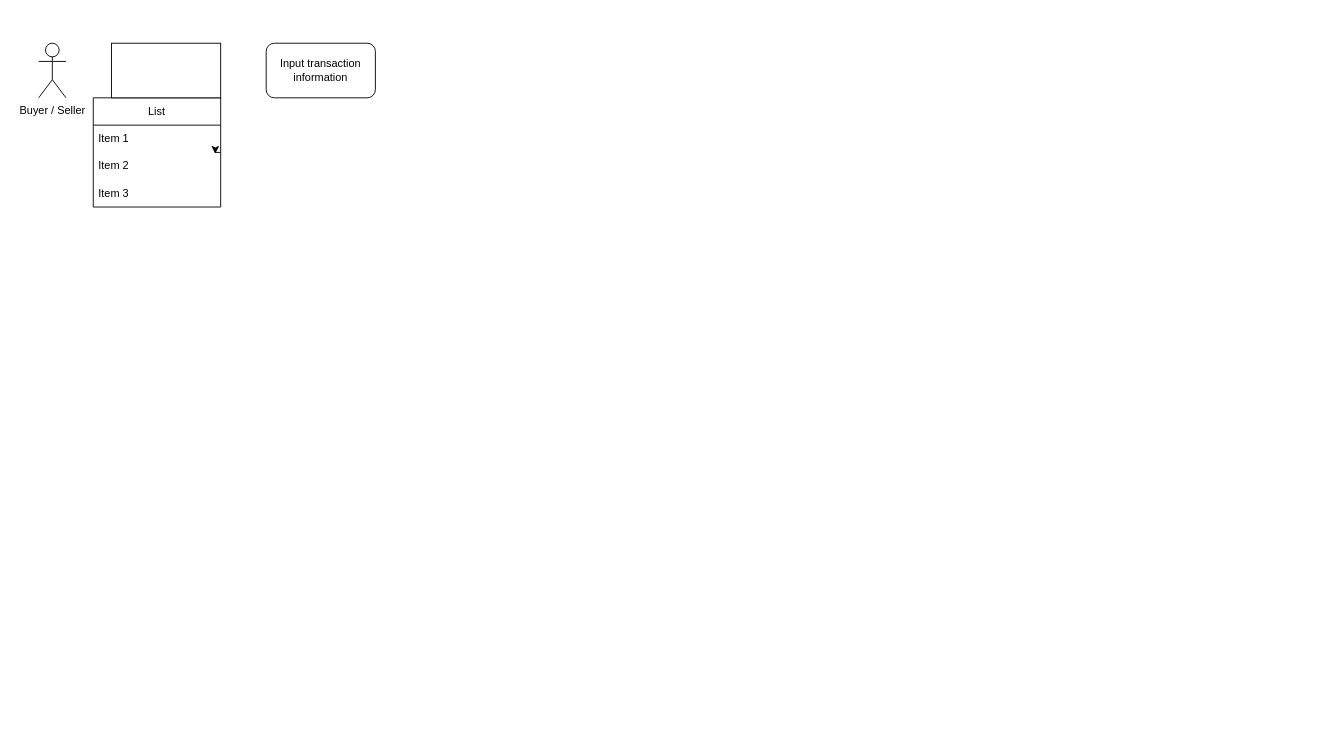
Earlier version of the draw.io diagram judgepay.drawio (LeonardoRick/app-judgepay). Source tidied: cells renumbered, new cells numbered last; positions are measured from the earlier drawing's top-left corner, leaving out a move shared by most shapes. Both pictures are drawn from the tidied source at 91%, with x=0, y=0 at pixel (38, 43).
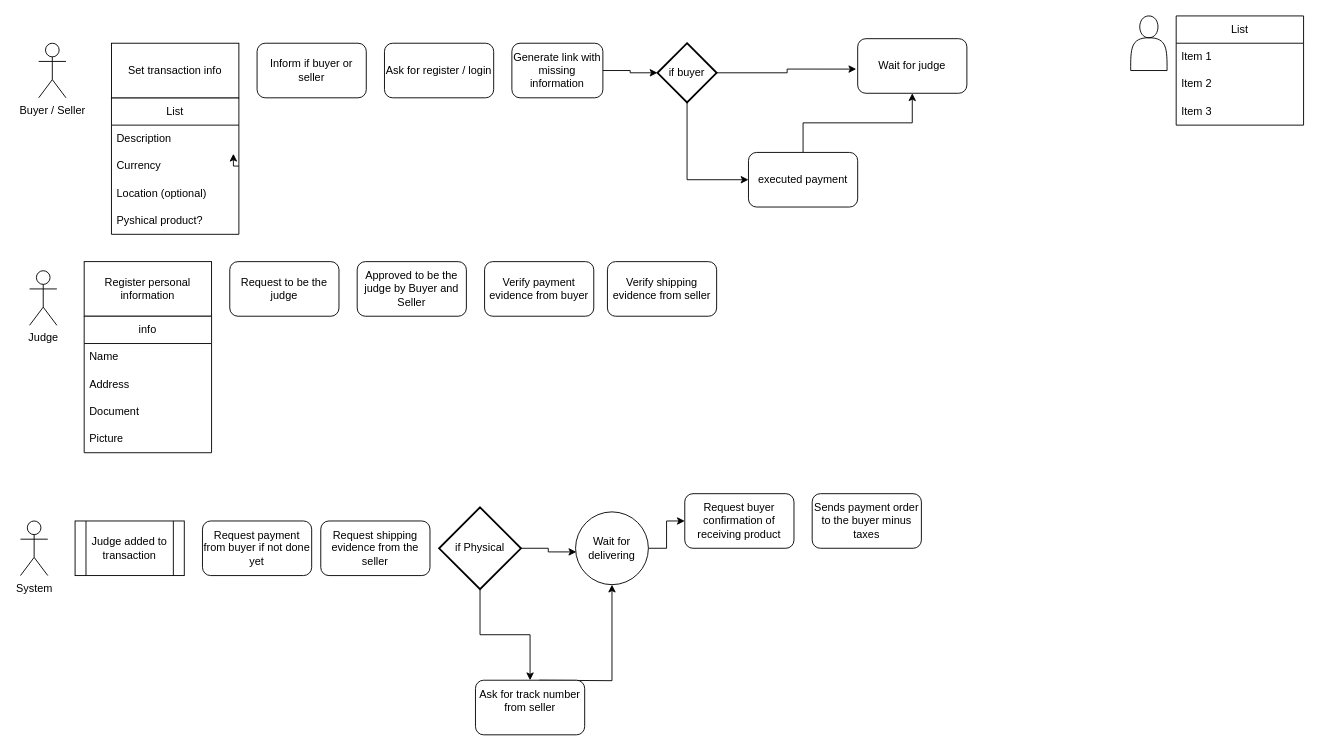
Above is the later version.

The edit, as a diff of the source:
```diff
@@
-    <mxCell id="3" value="Input transaction information" style="rounded=1;whiteSpace=wrap;html=1;" parent="1" vertex="1">
-      <mxGeometry x="250" width="120" height="60" as="geometry" />
+    <mxCell id="3" value="Inform if buyer or seller" style="rounded=1;whiteSpace=wrap;html=1;" parent="1" vertex="1">
+      <mxGeometry x="240" width="120" height="60" as="geometry" />
     </mxCell>
     <mxCell id="4" value="List" style="swimlane;fontStyle=0;horizontal=1;startSize=30;whiteSpace=wrap;html=1;" parent="1" vertex="1">
-      <mxGeometry x="60" y="60" width="140" height="120" as="geometry" />
+      <mxGeometry x="80" y="60" width="140" height="150" as="geometry" />
     </mxCell>
-    <mxCell id="5" value="Item 1" style="text;strokeColor=none;fillColor=none;align=left;verticalAlign=middle;spacingLeft=4;spacingRight=4;overflow=hidden;whiteSpace=wrap;html=1;" parent="4" vertex="1">
+    <mxCell id="5" value="Description" style="text;strokeColor=none;fillColor=none;align=left;verticalAlign=middle;spacingLeft=4;spacingRight=4;overflow=hidden;whiteSpace=wrap;html=1;" parent="4" vertex="1">
       <mxGeometry y="30" width="140" height="30" as="geometry" />
     </mxCell>
-    <mxCell id="6" value="Item 2" style="text;strokeColor=none;fillColor=none;align=left;verticalAlign=middle;spacingLeft=4;spacingRight=4;overflow=hidden;points=[[0,0.5],[1,0.5]];portConstraint=eastwest;whiteSpace=wrap;html=1;" parent="4" vertex="1">
+    <mxCell id="6" value="Currency" style="text;strokeColor=none;fillColor=none;align=left;verticalAlign=middle;spacingLeft=4;spacingRight=4;overflow=hidden;points=[[0,0.5],[1,0.5]];portConstraint=eastwest;whiteSpace=wrap;html=1;" parent="4" vertex="1">
       <mxGeometry y="60" width="140" height="30" as="geometry" />
     </mxCell>
-    <mxCell id="7" value="Item 3" style="text;strokeColor=none;fillColor=none;align=left;verticalAlign=middle;spacingLeft=4;spacingRight=4;overflow=hidden;whiteSpace=wrap;html=1;" parent="4" vertex="1">
+    <mxCell id="7" value="Location (optional)" style="text;strokeColor=none;fillColor=none;align=left;verticalAlign=middle;spacingLeft=4;spacingRight=4;overflow=hidden;whiteSpace=wrap;html=1;" parent="4" vertex="1">
       <mxGeometry y="90" width="140" height="30" as="geometry" />
     </mxCell>
+    <mxCell id="10" value="Pyshical product?" style="text;strokeColor=none;fillColor=none;align=left;verticalAlign=middle;spacingLeft=4;spacingRight=4;overflow=hidden;whiteSpace=wrap;html=1;" parent="4" vertex="1">
+      <mxGeometry y="120" width="140" height="30" as="geometry" />
+    </mxCell>
@@
-    <mxCell id="9" style="rounded=0;whiteSpace=wrap;html=1;" parent="1" vertex="1">
-      <mxGeometry x="80" width="120" height="60" as="geometry" />
+    <mxCell id="9" value="Set transaction info" style="rounded=0;whiteSpace=wrap;html=1;" parent="1" vertex="1">
+      <mxGeometry x="80" width="140" height="60" as="geometry" />
     </mxCell>
+    <mxCell id="11" style="edgeStyle=orthogonalEdgeStyle;rounded=0;jettySize=auto;html=1;exitX=1;exitY=0.5;exitDx=0;exitDy=0;" parent="1" edge="1" source="12" target="26">
+      <mxGeometry relative="1" as="geometry" />
+    </mxCell>
+    <mxCell id="12" value="Generate link with missing information" style="rounded=1;whiteSpace=wrap;html=1;" parent="1" vertex="1">
+      <mxGeometry x="520" width="100" height="60" as="geometry" />
+    </mxCell>
+    <mxCell id="13" value="Judge&lt;div&gt;&lt;br&gt;&lt;/div&gt;" style="shape=umlActor;verticalLabelPosition=bottom;verticalAlign=top;html=1;" parent="1" vertex="1">
+      <mxGeometry x="-10" y="250" width="30" height="60" as="geometry" />
+    </mxCell>
+    <mxCell id="14" value="Request to be the judge" style="rounded=1;whiteSpace=wrap;html=1;" parent="1" vertex="1">
+      <mxGeometry x="210" y="240" width="120" height="60" as="geometry" />
+    </mxCell>
+    <mxCell id="15" value="Ask for register / login" style="rounded=1;whiteSpace=wrap;html=1;" parent="1" vertex="1">
+      <mxGeometry x="380" width="120" height="60" as="geometry" />
+    </mxCell>
+    <mxCell id="16" value="Approved to be the judge by Buyer and Seller" style="rounded=1;whiteSpace=wrap;html=1;" parent="1" vertex="1">
+      <mxGeometry x="350" y="240" width="120" height="60" as="geometry" />
+    </mxCell>
+    <mxCell id="17" value="Register personal information" style="rounded=0;whiteSpace=wrap;html=1;" parent="1" vertex="1">
+      <mxGeometry x="50" y="240" width="140" height="60" as="geometry" />
+    </mxCell>
+    <mxCell id="18" value="info" style="swimlane;fontStyle=0;horizontal=1;startSize=30;whiteSpace=wrap;html=1;" parent="1" vertex="1">
+      <mxGeometry x="50" y="300" width="140" height="150" as="geometry" />
+    </mxCell>
+    <mxCell id="19" value="Name" style="text;strokeColor=none;fillColor=none;align=left;verticalAlign=middle;spacingLeft=4;spacingRight=4;overflow=hidden;whiteSpace=wrap;html=1;" parent="18" vertex="1">
+      <mxGeometry y="30" width="140" height="30" as="geometry" />
+    </mxCell>
+    <mxCell id="20" value="Address" style="text;strokeColor=none;fillColor=none;align=left;verticalAlign=middle;spacingLeft=4;spacingRight=4;overflow=hidden;whiteSpace=wrap;html=1;" parent="18" vertex="1">
+      <mxGeometry y="60" width="140" height="30" as="geometry" />
+    </mxCell>
+    <mxCell id="21" value="Document" style="text;strokeColor=none;fillColor=none;align=left;verticalAlign=middle;spacingLeft=4;spacingRight=4;overflow=hidden;whiteSpace=wrap;html=1;" parent="18" vertex="1">
+      <mxGeometry y="90" width="140" height="30" as="geometry" />
+    </mxCell>
+    <mxCell id="22" value="Picture" style="text;strokeColor=none;fillColor=none;align=left;verticalAlign=middle;spacingLeft=4;spacingRight=4;overflow=hidden;whiteSpace=wrap;html=1;" parent="18" vertex="1">
+      <mxGeometry y="120" width="140" height="30" as="geometry" />
+    </mxCell>
+    <mxCell id="23" value="System" style="shape=umlActor;verticalLabelPosition=bottom;verticalAlign=top;html=1;" parent="1" vertex="1">
+      <mxGeometry x="-20" y="525" width="30" height="60" as="geometry" />
+    </mxCell>
+    <mxCell id="24" style="edgeStyle=orthogonalEdgeStyle;rounded=0;jettySize=auto;html=1;entryX=0.5;entryY=1;entryDx=0;entryDy=0;" parent="1" edge="1" source="25" target="27">
+      <mxGeometry relative="1" as="geometry" />
+    </mxCell>
+    <mxCell id="25" value="executed payment" style="rounded=1;whiteSpace=wrap;html=1;" parent="1" vertex="1">
+      <mxGeometry x="780" y="120" width="120" height="60" as="geometry" />
+    </mxCell>
+    <mxCell id="26" value="if buyer" style="strokeWidth=2;html=1;shape=mxgraph.flowchart.decision;whiteSpace=wrap;" parent="1" vertex="1">
+      <mxGeometry x="680" width="65" height="65" as="geometry" />
+    </mxCell>
+    <mxCell id="27" value="Wait for judge" style="rounded=1;whiteSpace=wrap;html=1;" parent="1" vertex="1">
+      <mxGeometry x="900" y="-5" width="120" height="60" as="geometry" />
+    </mxCell>
+    <mxCell id="28" style="edgeStyle=orthogonalEdgeStyle;rounded=0;jettySize=auto;html=1;entryX=0;entryY=0.5;entryDx=0;entryDy=0;exitX=0.5;exitY=1;exitDx=0;exitDy=0;exitPerimeter=0;" parent="1" edge="1" source="26" target="25">
+      <mxGeometry relative="1" as="geometry" />
+    </mxCell>
+    <mxCell id="29" style="edgeStyle=orthogonalEdgeStyle;rounded=0;jettySize=auto;html=1;exitX=1;exitY=0.5;exitDx=0;exitDy=0;exitPerimeter=0;entryX=-0.013;entryY=0.557;entryDx=0;entryDy=0;entryPerimeter=0;" parent="1" edge="1" source="26" target="27">
+      <mxGeometry relative="1" as="geometry" />
+    </mxCell>
+    <mxCell id="30" value="Request payment from buyer if not done yet" style="rounded=1;whiteSpace=wrap;html=1;" parent="1" vertex="1">
+      <mxGeometry x="180" y="525" width="120" height="60" as="geometry" />
+    </mxCell>
+    <mxCell id="31" value="Request shipping evidence from the seller" style="rounded=1;whiteSpace=wrap;html=1;" parent="1" vertex="1">
+      <mxGeometry x="310" y="525" width="120" height="60" as="geometry" />
+    </mxCell>
+    <mxCell id="32" style="edgeStyle=orthogonalEdgeStyle;rounded=0;jettySize=auto;html=1;" parent="1" edge="1" source="33" target="37">
+      <mxGeometry relative="1" as="geometry" />
+    </mxCell>
+    <mxCell id="33" value="Wait for delivering" style="ellipse;whiteSpace=wrap;html=1;" parent="1" vertex="1">
+      <mxGeometry x="590" y="515" width="80" height="80" as="geometry" />
+    </mxCell>
+    <mxCell id="34" value="Judge added to transaction" style="shape=process;whiteSpace=wrap;html=1;backgroundOutline=1;" parent="1" vertex="1">
+      <mxGeometry x="40" y="525" width="120" height="60" as="geometry" />
+    </mxCell>
+    <mxCell id="35" value="Verify payment evidence from buyer" style="rounded=1;whiteSpace=wrap;html=1;" parent="1" vertex="1">
+      <mxGeometry x="490" y="240" width="120" height="60" as="geometry" />
+    </mxCell>
+    <mxCell id="36" value="Verify shipping evidence from seller" style="rounded=1;whiteSpace=wrap;html=1;" parent="1" vertex="1">
+      <mxGeometry x="625" y="240" width="120" height="60" as="geometry" />
+    </mxCell>
+    <mxCell id="37" value="Request buyer confirmation of receiving product" style="rounded=1;whiteSpace=wrap;html=1;" parent="1" vertex="1">
+      <mxGeometry x="710" y="495" width="120" height="60" as="geometry" />
+    </mxCell>
+    <mxCell id="38" style="edgeStyle=orthogonalEdgeStyle;rounded=0;jettySize=auto;html=1;" parent="1" edge="1" source="39" target="41">
+      <mxGeometry relative="1" as="geometry" />
+    </mxCell>
+    <mxCell id="39" value="if Physical" style="strokeWidth=2;html=1;shape=mxgraph.flowchart.decision;whiteSpace=wrap;" parent="1" vertex="1">
+      <mxGeometry x="440" y="510" width="90" height="90" as="geometry" />
+    </mxCell>
+    <mxCell id="40" style="edgeStyle=orthogonalEdgeStyle;rounded=0;jettySize=auto;html=1;entryX=0.5;entryY=1;entryDx=0;entryDy=0;" parent="1" edge="1" target="33">
+      <mxGeometry relative="1" as="geometry">
+        <mxPoint x="550" y="700" as="sourcePoint" />
+      </mxGeometry>
+    </mxCell>
+    <mxCell id="41" value="Ask for track number from seller&lt;div&gt;&lt;br&gt;&lt;/div&gt;" style="rounded=1;whiteSpace=wrap;html=1;" parent="1" vertex="1">
+      <mxGeometry x="480" y="700" width="120" height="60" as="geometry" />
+    </mxCell>
+    <mxCell id="42" style="edgeStyle=orthogonalEdgeStyle;rounded=0;jettySize=auto;html=1;entryX=0.01;entryY=0.55;entryDx=0;entryDy=0;entryPerimeter=0;" parent="1" edge="1" source="39" target="33">
+      <mxGeometry relative="1" as="geometry" />
+    </mxCell>
+    <mxCell id="43" value="Sends payment order to the buyer minus taxes" style="rounded=1;whiteSpace=wrap;html=1;" parent="1" vertex="1">
+      <mxGeometry x="850" y="495" width="120" height="60" as="geometry" />
+    </mxCell>
+    <mxCell id="44" style="shape=actor;whiteSpace=wrap;html=1;" parent="1" vertex="1">
+      <mxGeometry x="1200" y="-30" width="40" height="60" as="geometry" />
+    </mxCell>
+    <mxCell id="45" value="List" style="swimlane;fontStyle=0;horizontal=1;startSize=30;whiteSpace=wrap;html=1;" parent="1" vertex="1">
+      <mxGeometry x="1250" y="-30" width="140" height="120" as="geometry" />
+    </mxCell>
+    <mxCell id="46" value="Item 1" style="text;strokeColor=none;fillColor=none;align=left;verticalAlign=middle;spacingLeft=4;spacingRight=4;overflow=hidden;whiteSpace=wrap;html=1;" parent="45" vertex="1">
+      <mxGeometry y="30" width="140" height="30" as="geometry" />
+    </mxCell>
+    <mxCell id="47" value="Item 2" style="text;strokeColor=none;fillColor=none;align=left;verticalAlign=middle;spacingLeft=4;spacingRight=4;overflow=hidden;whiteSpace=wrap;html=1;" parent="45" vertex="1">
+      <mxGeometry y="60" width="140" height="30" as="geometry" />
+    </mxCell>
+    <mxCell id="48" value="Item 3" style="text;strokeColor=none;fillColor=none;align=left;verticalAlign=middle;spacingLeft=4;spacingRight=4;overflow=hidden;whiteSpace=wrap;html=1;" parent="45" vertex="1">
+      <mxGeometry y="90" width="140" height="30" as="geometry" />
+    </mxCell>
```
